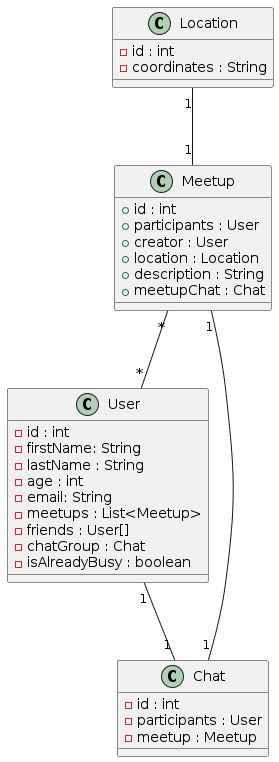
This is images/diagram-classes.png from 2223-3bhif-syp/02-projekte-mopedmeetup, a PlantUML export, as it was before one commit.
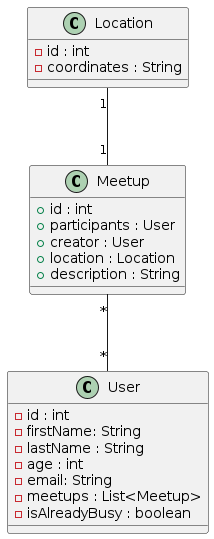
The same diagram one commit later.

Change to the diagram source:
```diff
@@ -6,8 +6,6 @@
     - age : int
     - email: String
     - meetups : List<Meetup>
-    - friends : User[]
-    - chatGroup : Chat
     - isAlreadyBusy : boolean
 }
 class Meetup {
@@ -16,21 +14,15 @@
     + creator : User
     + location : Location
     + description : String
-    + meetupChat : Chat
 }
 
 class Location {
     - id : int
     - coordinates : String
 }
-class Chat {
-    - id : int
-    - participants : User
-    - meetup : Meetup
-}
+
 
 Meetup "*"--"*" User : ""
 Location "1"--"1" Meetup : ""
-Meetup "1"--"1" Chat : ""
-User "1"--"1" Chat : ""
+
 @enduml
```
